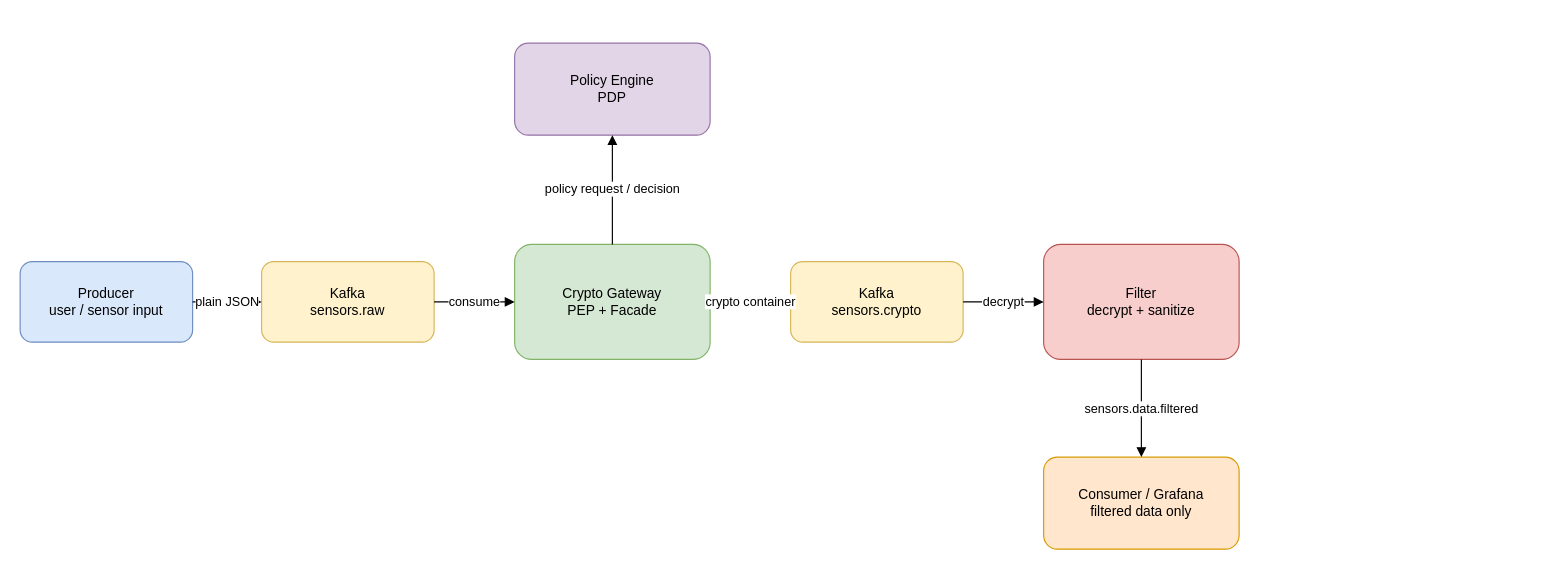
NeWaySet/crypto_broker_kafka keeps this draw.io diagram as lab-kafka-iot/diagrams/architecture.drawio. Above is the earlier version. Source tidied: cells renumbered, new cells numbered last; positions are measured from the earlier drawing's top-left corner, leaving out a move shared by most shapes. Both pictures are drawn from the tidied source at 115%, with x=0, y=0 at pixel (20, 43).
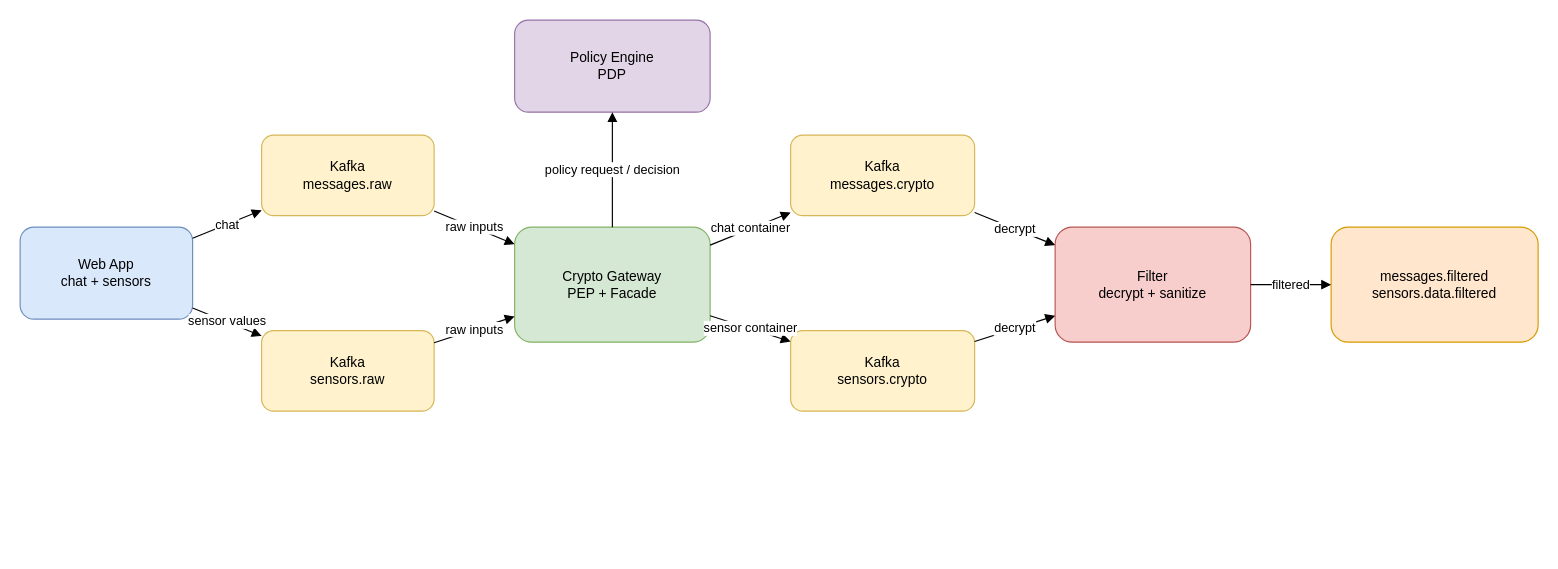
After the change.

The edit, as a diff of the source:
```diff
@@
-    <mxCell id="2" value="Producer&lt;br&gt;user / sensor input" style="rounded=1;whiteSpace=wrap;html=1;fillColor=#dae8fc;strokeColor=#6c8ebf;" parent="1" vertex="1">
-      <mxGeometry y="190" width="150" height="70" as="geometry" />
-    </mxCell>
+    <mxCell id="15" value="Web App&lt;br&gt;chat + sensors" style="rounded=1;whiteSpace=wrap;html=1;fillColor=#dae8fc;strokeColor=#6c8ebf;" parent="1" vertex="1">
+      <mxGeometry y="160" width="150" height="80" as="geometry" />
+    </mxCell>
+    <mxCell id="16" value="Kafka&lt;br&gt;messages.raw" style="rounded=1;whiteSpace=wrap;html=1;fillColor=#fff2cc;strokeColor=#d6b656;" parent="1" vertex="1">
+      <mxGeometry x="210" y="80" width="150" height="70" as="geometry" />
+    </mxCell>
     <mxCell id="3" value="Kafka&lt;br&gt;sensors.raw" style="rounded=1;whiteSpace=wrap;html=1;fillColor=#fff2cc;strokeColor=#d6b656;" parent="1" vertex="1">
-      <mxGeometry x="210" y="190" width="150" height="70" as="geometry" />
+      <mxGeometry x="210" y="250" width="150" height="70" as="geometry" />
     </mxCell>
     <mxCell id="4" value="Crypto Gateway&lt;br&gt;PEP + Facade" style="rounded=1;whiteSpace=wrap;html=1;fillColor=#d5e8d4;strokeColor=#82b366;" parent="1" vertex="1">
-      <mxGeometry x="430" y="175" width="170" height="100" as="geometry" />
+      <mxGeometry x="430" y="160" width="170" height="100" as="geometry" />
     </mxCell>
     <mxCell id="5" value="Policy Engine&lt;br&gt;PDP" style="rounded=1;whiteSpace=wrap;html=1;fillColor=#e1d5e7;strokeColor=#9673a6;" parent="1" vertex="1">
-      <mxGeometry x="430" width="170" height="80" as="geometry" />
+      <mxGeometry x="430" y="-20" width="170" height="80" as="geometry" />
     </mxCell>
+    <mxCell id="17" value="Kafka&lt;br&gt;messages.crypto" style="rounded=1;whiteSpace=wrap;html=1;fillColor=#fff2cc;strokeColor=#d6b656;" parent="1" vertex="1">
+      <mxGeometry x="670" y="80" width="160" height="70" as="geometry" />
+    </mxCell>
     <mxCell id="6" value="Kafka&lt;br&gt;sensors.crypto" style="rounded=1;whiteSpace=wrap;html=1;fillColor=#fff2cc;strokeColor=#d6b656;" parent="1" vertex="1">
-      <mxGeometry x="670" y="190" width="150" height="70" as="geometry" />
+      <mxGeometry x="670" y="250" width="160" height="70" as="geometry" />
     </mxCell>
     <mxCell id="7" value="Filter&lt;br&gt;decrypt + sanitize" style="rounded=1;whiteSpace=wrap;html=1;fillColor=#f8cecc;strokeColor=#b85450;" parent="1" vertex="1">
-      <mxGeometry x="890" y="175" width="170" height="100" as="geometry" />
+      <mxGeometry x="900" y="160" width="170" height="100" as="geometry" />
     </mxCell>
-    <mxCell id="8" value="Consumer / Grafana&lt;br&gt;filtered data only" style="rounded=1;whiteSpace=wrap;html=1;fillColor=#ffe6cc;strokeColor=#d79b00;" parent="1" vertex="1">
-      <mxGeometry x="890" y="360" width="170" height="80" as="geometry" />
-    </mxCell>
+    <mxCell id="18" value="messages.filtered&lt;br&gt;sensors.data.filtered" style="rounded=1;whiteSpace=wrap;html=1;fillColor=#ffe6cc;strokeColor=#d79b00;" parent="1" vertex="1">
+      <mxGeometry x="1140" y="160" width="180" height="100" as="geometry" />
+    </mxCell>
-    <mxCell id="9" value="plain JSON" style="endArrow=block;html=1;rounded=0;" parent="1" edge="1" source="2" target="3">
+    <mxCell id="9" value="chat" style="endArrow=block;html=1;rounded=0;" parent="1" edge="1" source="15" target="16">
       <mxGeometry relative="1" as="geometry" />
     </mxCell>
-    <mxCell id="10" value="consume" style="endArrow=block;html=1;rounded=0;" parent="1" edge="1" source="3" target="4">
+    <mxCell id="10" value="sensor values" style="endArrow=block;html=1;rounded=0;" parent="1" edge="1" source="15" target="3">
       <mxGeometry relative="1" as="geometry" />
     </mxCell>
-    <mxCell id="11" value="policy request / decision" style="endArrow=block;html=1;rounded=0;" parent="1" edge="1" source="4" target="5">
+    <mxCell id="11" value="raw inputs" style="endArrow=block;html=1;rounded=0;" parent="1" edge="1" source="16" target="4">
       <mxGeometry relative="1" as="geometry" />
     </mxCell>
-    <mxCell id="12" value="crypto container" style="endArrow=block;html=1;rounded=0;" parent="1" edge="1" source="4" target="6">
+    <mxCell id="12" value="raw inputs" style="endArrow=block;html=1;rounded=0;" parent="1" edge="1" source="3" target="4">
       <mxGeometry relative="1" as="geometry" />
     </mxCell>
-    <mxCell id="13" value="decrypt" style="endArrow=block;html=1;rounded=0;" parent="1" edge="1" source="6" target="7">
+    <mxCell id="13" value="policy request / decision" style="endArrow=block;html=1;rounded=0;" parent="1" edge="1" source="4" target="5">
       <mxGeometry relative="1" as="geometry" />
     </mxCell>
-    <mxCell id="14" value="sensors.data.filtered" style="endArrow=block;html=1;rounded=0;" parent="1" edge="1" source="7" target="8">
+    <mxCell id="14" value="chat container" style="endArrow=block;html=1;rounded=0;" parent="1" edge="1" source="4" target="17">
       <mxGeometry relative="1" as="geometry" />
     </mxCell>
+    <mxCell id="19" value="sensor container" style="endArrow=block;html=1;rounded=0;" parent="1" edge="1" source="4" target="6">
+      <mxGeometry relative="1" as="geometry" />
+    </mxCell>
+    <mxCell id="20" value="decrypt" style="endArrow=block;html=1;rounded=0;" parent="1" edge="1" source="17" target="7">
+      <mxGeometry relative="1" as="geometry" />
+    </mxCell>
+    <mxCell id="21" value="decrypt" style="endArrow=block;html=1;rounded=0;" parent="1" edge="1" source="6" target="7">
+      <mxGeometry relative="1" as="geometry" />
+    </mxCell>
+    <mxCell id="22" value="filtered" style="endArrow=block;html=1;rounded=0;" parent="1" edge="1" source="7" target="18">
+      <mxGeometry relative="1" as="geometry" />
+    </mxCell>
```
